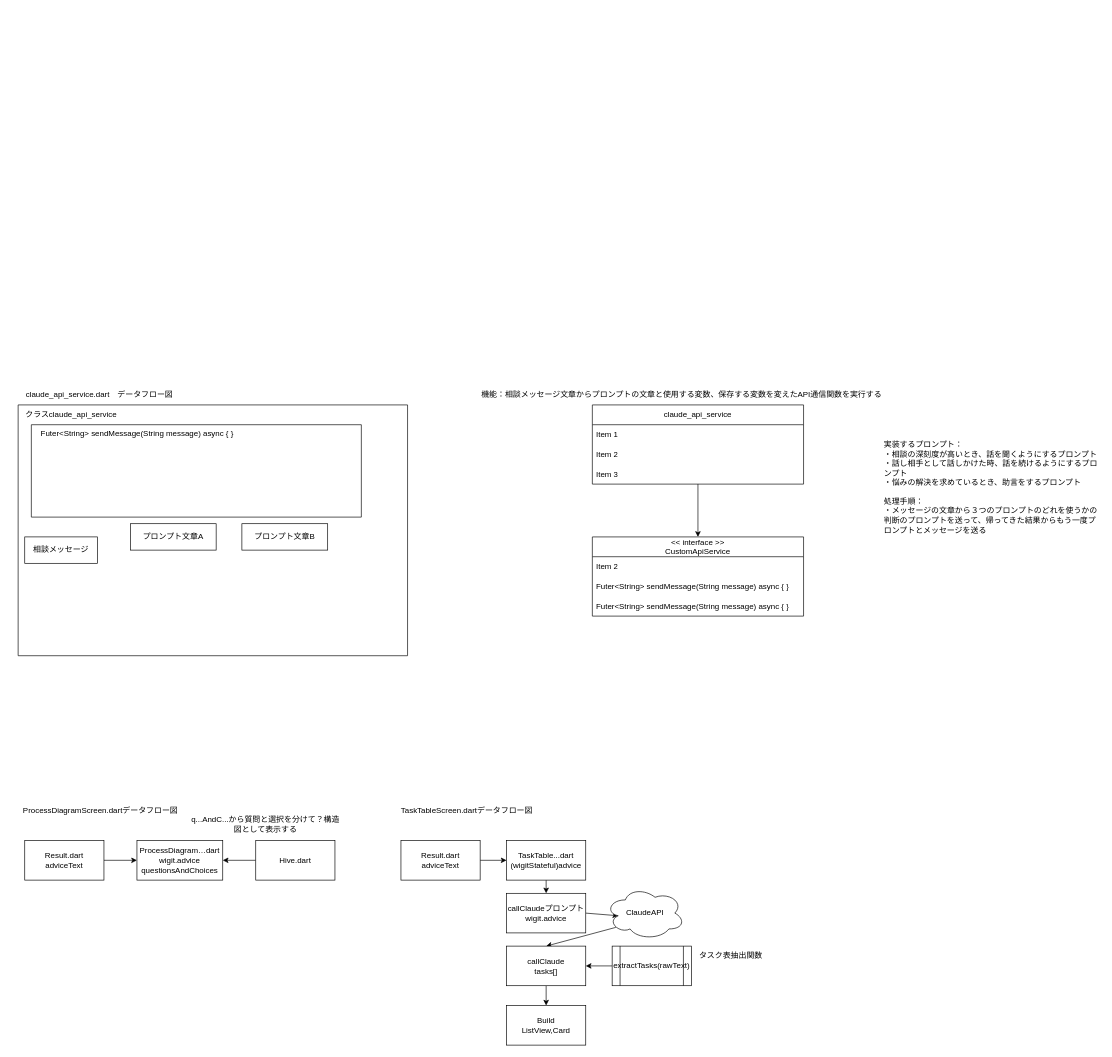
hiroyuki00889/ALL-AIBOX keeps this draw.io diagram as page "データフロー図" (2 of 3) of Diagrams/DesignPhase.drawio. Above is the earlier version. Source tidied: cells renumbered, new cells numbered last; positions are measured from the earlier drawing's top-left corner, leaving out a move shared by most shapes. Both pictures are drawn from the tidied source at 66%, with x=0, y=0 at pixel (18, 385).
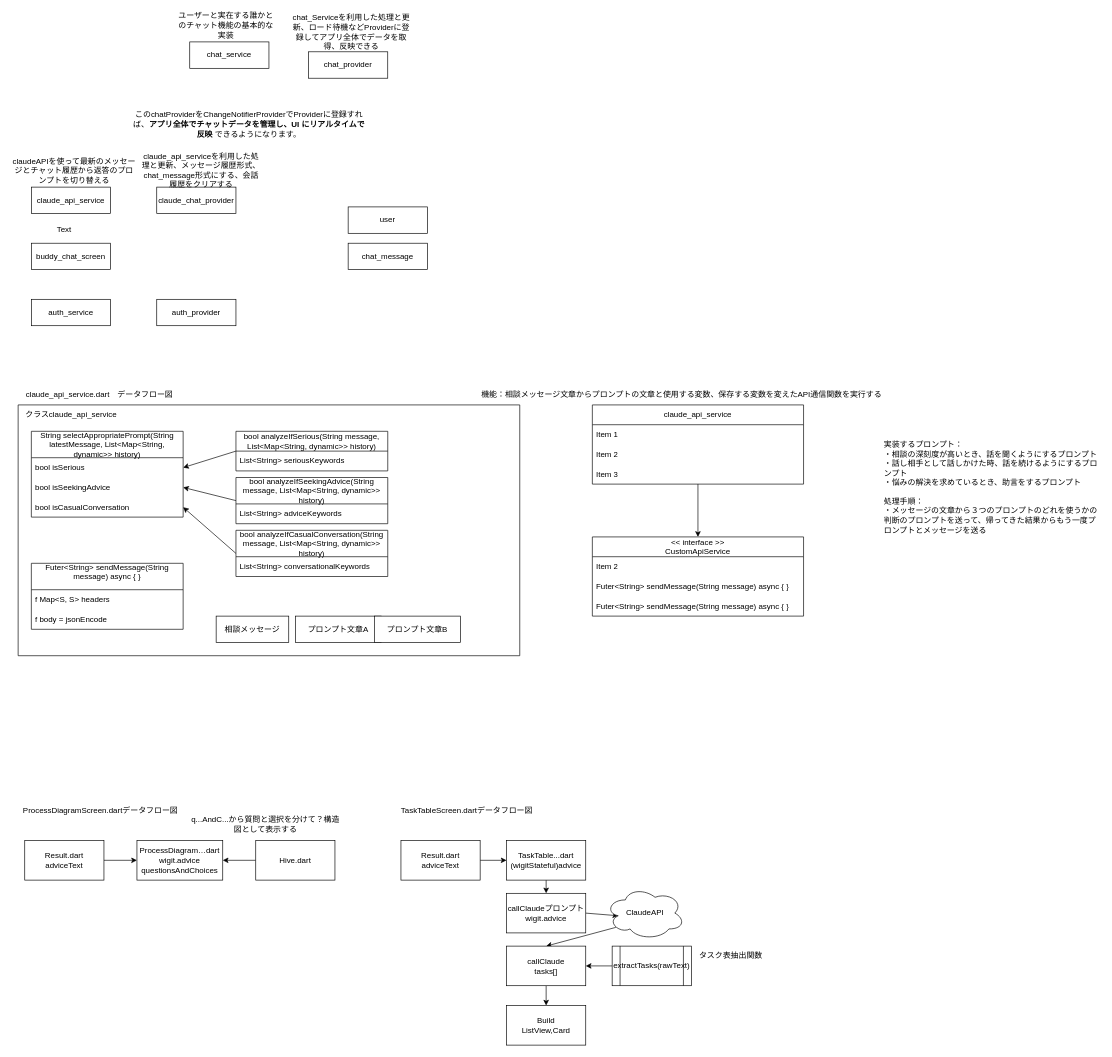
Above is the later version.

Change to the diagram source:
```diff
@@
-    <mxCell id="25" style="swimlane;startSize=0;" parent="1" vertex="1">
-      <mxGeometry y="30" width="590" height="380" as="geometry" />
-    </mxCell>
-    <mxCell id="26" value="クラスclaude_api_service" style="text;html=1;align=center;verticalAlign=middle;strokeColor=none;fillColor=none;" parent="25" vertex="1">
-      <mxGeometry width="160" height="30" as="geometry" />
-    </mxCell>
-    <mxCell id="27" value="プロンプト文章A" style="rounded=0;whiteSpace=wrap;html=1;" parent="25" vertex="1">
-      <mxGeometry x="170" y="180" width="130" height="40" as="geometry" />
-    </mxCell>
-    <mxCell id="28" style="swimlane;startSize=0;" parent="25" vertex="1">
-      <mxGeometry x="20" y="30" width="500" height="140" as="geometry" />
-    </mxCell>
-    <mxCell id="29" value="Futer&amp;lt;String&amp;gt; sendMessage(String message) async { }&lt;div&gt;&lt;br style=&quot;color: rgb(63, 63, 63); text-align: left; text-wrap-mode: wrap;&quot;&gt;&lt;/div&gt;" style="text;html=1;align=center;verticalAlign=middle;strokeColor=none;fillColor=none;" parent="28" vertex="1">
-      <mxGeometry width="320" height="40" as="geometry" />
-    </mxCell>
-    <mxCell id="30" value="プロンプト文章B" style="rounded=0;whiteSpace=wrap;html=1;" parent="25" vertex="1">
-      <mxGeometry x="339" y="180" width="130" height="40" as="geometry" />
-    </mxCell>
-    <mxCell id="31" value="相談メッセージ" style="rounded=0;whiteSpace=wrap;html=1;" parent="25" vertex="1">
-      <mxGeometry x="10" y="200" width="110" height="40" as="geometry" />
-    </mxCell>
@@
+    <mxCell id="25" style="swimlane;startSize=0;" parent="1" vertex="1">
+      <mxGeometry y="30" width="760" height="380" as="geometry" />
+    </mxCell>
+    <mxCell id="26" value="クラスclaude_api_service" style="text;html=1;align=center;verticalAlign=middle;strokeColor=none;fillColor=none;" parent="25" vertex="1">
+      <mxGeometry width="160" height="30" as="geometry" />
+    </mxCell>
+    <mxCell id="27" value="プロンプト文章A" style="rounded=0;whiteSpace=wrap;html=1;" parent="25" vertex="1">
+      <mxGeometry x="420" y="320" width="130" height="40" as="geometry" />
+    </mxCell>
+    <mxCell id="30" value="プロンプト文章B" style="rounded=0;whiteSpace=wrap;html=1;" parent="25" vertex="1">
+      <mxGeometry x="540" y="320" width="130" height="40" as="geometry" />
+    </mxCell>
+    <mxCell id="31" value="相談メッセージ" style="rounded=0;whiteSpace=wrap;html=1;" parent="25" vertex="1">
+      <mxGeometry x="300" y="320" width="110" height="40" as="geometry" />
+    </mxCell>
+    <mxCell id="29" value="&lt;div style=&quot;&quot;&gt;&lt;span style=&quot;background-color: transparent;&quot;&gt;Futer&amp;lt;String&amp;gt; sendMessage(String message) async { }&lt;/span&gt;&lt;/div&gt;&lt;div style=&quot;&quot;&gt;&lt;br style=&quot;color: rgb(63, 63, 63);&quot;&gt;&lt;/div&gt;" style="swimlane;fontStyle=0;horizontal=1;startSize=40;whiteSpace=wrap;html=1;align=center;" parent="25" vertex="1">
+      <mxGeometry x="20" y="240" width="230" height="100" as="geometry" />
+    </mxCell>
+    <mxCell id="43" value="f Map&amp;lt;S, S&amp;gt; headers" style="text;strokeColor=none;fillColor=none;align=left;verticalAlign=middle;spacingLeft=4;spacingRight=4;overflow=hidden;whiteSpace=wrap;html=1;" parent="29" vertex="1">
+      <mxGeometry y="40" width="230" height="30" as="geometry" />
+    </mxCell>
+    <mxCell id="44" value="f body = jsonEncode" style="text;strokeColor=none;fillColor=none;align=left;verticalAlign=middle;spacingLeft=4;spacingRight=4;overflow=hidden;whiteSpace=wrap;html=1;" parent="29" vertex="1">
+      <mxGeometry y="70" width="230" height="30" as="geometry" />
+    </mxCell>
+    <mxCell id="45" value="&lt;div&gt;String selectAppropriatePrompt(String latestMessage, List&amp;lt;Map&amp;lt;String, dynamic&amp;gt;&amp;gt; history)&lt;/div&gt;" style="swimlane;fontStyle=0;horizontal=1;startSize=40;whiteSpace=wrap;html=1;" parent="25" vertex="1">
+      <mxGeometry x="20" y="40" width="230" height="130" as="geometry" />
+    </mxCell>
+    <mxCell id="46" value="bool isSerious" style="text;strokeColor=none;fillColor=none;align=left;verticalAlign=middle;spacingLeft=4;spacingRight=4;overflow=hidden;points=[[0,0.5],[1,0.5]];portConstraint=eastwest;whiteSpace=wrap;html=1;" parent="45" vertex="1">
+      <mxGeometry y="40" width="230" height="30" as="geometry" />
+    </mxCell>
+    <mxCell id="47" value="bool isSeekingAdvice" style="text;strokeColor=none;fillColor=none;align=left;verticalAlign=middle;spacingLeft=4;spacingRight=4;overflow=hidden;points=[[0,0.5],[1,0.5]];portConstraint=eastwest;whiteSpace=wrap;html=1;" parent="45" vertex="1">
+      <mxGeometry y="70" width="230" height="30" as="geometry" />
+    </mxCell>
+    <mxCell id="48" value="bool isCasualConversation" style="text;strokeColor=none;fillColor=none;align=left;verticalAlign=middle;spacingLeft=4;spacingRight=4;overflow=hidden;points=[[0,0.5],[1,0.5]];portConstraint=eastwest;whiteSpace=wrap;html=1;" parent="45" vertex="1">
+      <mxGeometry y="100" width="230" height="30" as="geometry" />
+    </mxCell>
+    <mxCell id="49" style="edgeStyle=none;html=1;exitX=0;exitY=0.5;exitDx=0;exitDy=0;entryX=1;entryY=0.5;entryDx=0;entryDy=0;" parent="25" edge="1" source="50" target="46">
+      <mxGeometry relative="1" as="geometry" />
+    </mxCell>
+    <mxCell id="50" value="&lt;div&gt;bool analyzeIfSerious(String message, List&amp;lt;Map&amp;lt;String, dynamic&amp;gt;&amp;gt; history)&lt;/div&gt;" style="swimlane;fontStyle=0;horizontal=1;startSize=30;whiteSpace=wrap;html=1;" parent="25" vertex="1">
+      <mxGeometry x="330" y="40" width="230" height="60" as="geometry" />
+    </mxCell>
+    <mxCell id="51" value="List&amp;lt;String&amp;gt; seriousKeywords" style="text;strokeColor=none;fillColor=none;align=left;verticalAlign=middle;spacingLeft=4;spacingRight=4;overflow=hidden;whiteSpace=wrap;html=1;" parent="50" vertex="1">
+      <mxGeometry y="30" width="230" height="30" as="geometry" />
+    </mxCell>
+    <mxCell id="52" style="edgeStyle=none;html=1;exitX=0;exitY=0.5;exitDx=0;exitDy=0;entryX=1;entryY=0.5;entryDx=0;entryDy=0;" parent="25" edge="1" source="53" target="47">
+      <mxGeometry relative="1" as="geometry" />
+    </mxCell>
+    <mxCell id="53" value="&lt;div&gt;bool analyzeIfSeekingAdvice(String message, List&amp;lt;Map&amp;lt;String, dynamic&amp;gt;&amp;gt; history)&lt;/div&gt;" style="swimlane;fontStyle=0;horizontal=1;startSize=40;whiteSpace=wrap;html=1;" parent="25" vertex="1">
+      <mxGeometry x="330" y="110" width="230" height="70" as="geometry" />
+    </mxCell>
+    <mxCell id="54" value="List&amp;lt;String&amp;gt; adviceKeywords" style="text;strokeColor=none;fillColor=none;align=left;verticalAlign=middle;spacingLeft=4;spacingRight=4;overflow=hidden;whiteSpace=wrap;html=1;" parent="53" vertex="1">
+      <mxGeometry y="40" width="230" height="30" as="geometry" />
+    </mxCell>
+    <mxCell id="55" style="edgeStyle=none;html=1;exitX=0;exitY=0.5;exitDx=0;exitDy=0;entryX=1;entryY=0.5;entryDx=0;entryDy=0;" parent="25" edge="1" source="56" target="48">
+      <mxGeometry relative="1" as="geometry" />
+    </mxCell>
+    <mxCell id="56" value="&lt;div&gt;bool analyzeIfCasualConversation(String message, List&amp;lt;Map&amp;lt;String, dynamic&amp;gt;&amp;gt; history)&lt;/div&gt;" style="swimlane;fontStyle=0;horizontal=1;startSize=40;whiteSpace=wrap;html=1;" parent="25" vertex="1">
+      <mxGeometry x="330" y="190" width="230" height="70" as="geometry" />
+    </mxCell>
+    <mxCell id="57" value="List&amp;lt;String&amp;gt; conversationalKeywords" style="text;strokeColor=none;fillColor=none;align=left;verticalAlign=middle;spacingLeft=4;spacingRight=4;overflow=hidden;whiteSpace=wrap;html=1;" parent="56" vertex="1">
+      <mxGeometry y="40" width="230" height="30" as="geometry" />
+    </mxCell>
+    <mxCell id="58" value="claudeAPIを使って最新のメッセージとチャット履歴から返答のプロンプトを切り替える" style="text;html=1;align=center;verticalAlign=middle;whiteSpace=wrap;rounded=0;" parent="1" vertex="1">
+      <mxGeometry x="-10" y="-340" width="190" height="30" as="geometry" />
+    </mxCell>
+    <mxCell id="59" value="claude_api_service" style="rounded=0;whiteSpace=wrap;html=1;" parent="1" vertex="1">
+      <mxGeometry x="20" y="-300" width="120" height="40" as="geometry" />
+    </mxCell>
+    <mxCell id="60" value="claude_chat_provider" style="rounded=0;whiteSpace=wrap;html=1;" parent="1" vertex="1">
+      <mxGeometry x="210" y="-300" width="120" height="40" as="geometry" />
+    </mxCell>
+    <mxCell id="61" value="chat_service" style="rounded=0;whiteSpace=wrap;html=1;" parent="1" vertex="1">
+      <mxGeometry x="260" y="-520" width="120" height="40" as="geometry" />
+    </mxCell>
+    <mxCell id="62" value="auth_service" style="rounded=0;whiteSpace=wrap;html=1;" parent="1" vertex="1">
+      <mxGeometry x="20" y="-130" width="120" height="40" as="geometry" />
+    </mxCell>
+    <mxCell id="63" value="auth_provider" style="rounded=0;whiteSpace=wrap;html=1;" parent="1" vertex="1">
+      <mxGeometry x="210" y="-130" width="120" height="40" as="geometry" />
+    </mxCell>
+    <mxCell id="64" value="chat_provider" style="rounded=0;whiteSpace=wrap;html=1;" parent="1" vertex="1">
+      <mxGeometry x="440" y="-505" width="120" height="40" as="geometry" />
+    </mxCell>
+    <mxCell id="65" value="user" style="rounded=0;whiteSpace=wrap;html=1;" parent="1" vertex="1">
+      <mxGeometry x="500" y="-270" width="120" height="40" as="geometry" />
+    </mxCell>
+    <mxCell id="66" value="chat_message" style="rounded=0;whiteSpace=wrap;html=1;" parent="1" vertex="1">
+      <mxGeometry x="500" y="-215" width="120" height="40" as="geometry" />
+    </mxCell>
+    <mxCell id="67" value="ユーザーと実在する誰かとのチャット機能の基本的な実装" style="text;html=1;align=center;verticalAlign=middle;whiteSpace=wrap;rounded=0;" parent="1" vertex="1">
+      <mxGeometry x="240" y="-560" width="150" height="30" as="geometry" />
+    </mxCell>
+    <mxCell id="68" value="claude_api_serviceを利用した処理と更新、メッセージ履歴形式、chat_message形式にする、会話履歴をクリアする" style="text;html=1;align=center;verticalAlign=middle;whiteSpace=wrap;rounded=0;" parent="1" vertex="1">
+      <mxGeometry x="185" y="-340" width="185" height="30" as="geometry" />
+    </mxCell>
+    <mxCell id="69" value="chat_Serviceを利用した処理と更新、ロード待機などProviderに登録してアプリ全体でデータを取得、反映できる" style="text;html=1;align=center;verticalAlign=middle;whiteSpace=wrap;rounded=0;" parent="1" vertex="1">
+      <mxGeometry x="410" y="-550" width="190" height="30" as="geometry" />
+    </mxCell>
+    <mxCell id="70" value="このchatProviderをChangeNotifierProviderでProviderに登録すれば、&lt;strong&gt;アプリ全体でチャットデータを管理し、UI にリアルタイムで反映&lt;/strong&gt; できるようになります。" style="text;html=1;align=center;verticalAlign=middle;whiteSpace=wrap;rounded=0;" parent="1" vertex="1">
+      <mxGeometry x="170" y="-420" width="360" height="50" as="geometry" />
+    </mxCell>
+    <mxCell id="71" value="buddy_chat_screen" style="rounded=0;whiteSpace=wrap;html=1;" parent="1" vertex="1">
+      <mxGeometry x="20" y="-215" width="120" height="40" as="geometry" />
+    </mxCell>
+    <mxCell id="72" value="Text" style="text;html=1;align=center;verticalAlign=middle;whiteSpace=wrap;rounded=0;" parent="1" vertex="1">
+      <mxGeometry x="40" y="-250" width="60" height="30" as="geometry" />
+    </mxCell>
```
